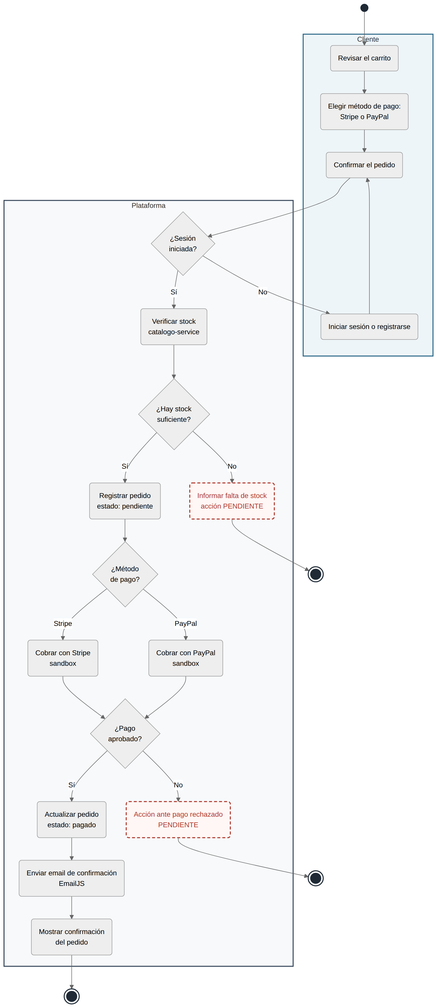
The Mermaid diagram docs/diagramas/diagrama7_actividades/actividades_checkout.png in anderson-0112/proyecto-ecommerce, before a commit. Its source is kept beside it as docs/diagramas/diagrama7_actividades/actividades_checkout.mmd.
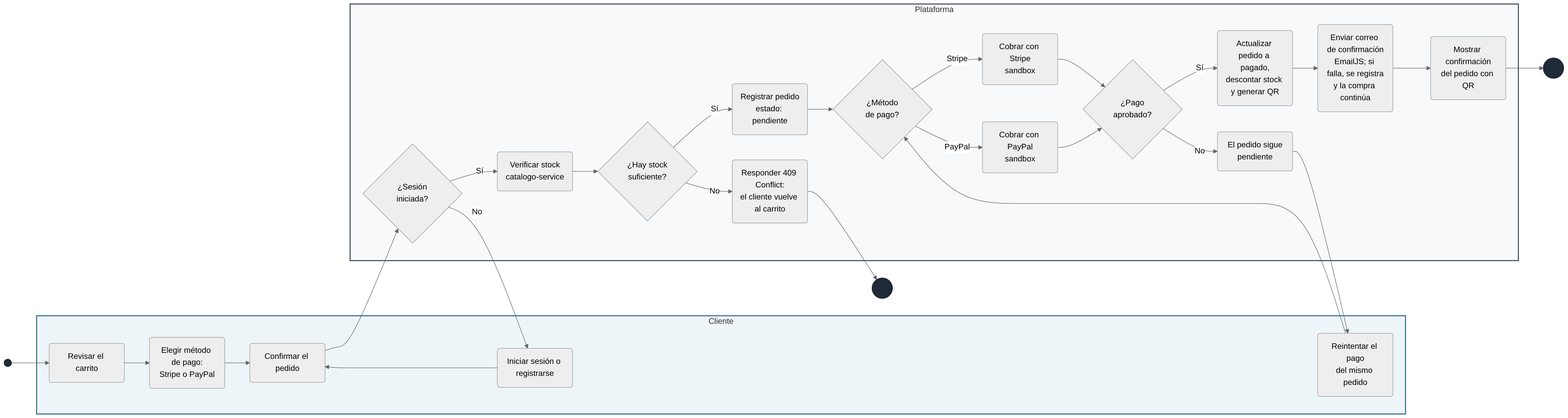
After the commit.

Change to the diagram source:
```diff
@@ -1,4 +1,4 @@
-flowchart TD
+flowchart LR
     I(( )):::inicio --> A1
 
     subgraph CL[Cliente]
@@ -6,22 +6,23 @@
         A2(Elegir método de pago:<br/>Stripe o PayPal)
         A3(Confirmar el pedido)
         A4(Iniciar sesión o registrarse)
+        A5(Reintentar el pago<br/>del mismo pedido)
     end
 
     subgraph PL[Plataforma]
         D1{¿Sesión<br/>iniciada?}
         P1(Verificar stock<br/>catalogo-service)
         D2{¿Hay stock<br/>suficiente?}
-        P2(Informar falta de stock<br/>acción PENDIENTE):::pend
+        P2(Responder 409 Conflict:<br/>el cliente vuelve al carrito)
         P3(Registrar pedido<br/>estado: pendiente)
         D3{¿Método<br/>de pago?}
         P4(Cobrar con Stripe<br/>sandbox)
         P5(Cobrar con PayPal<br/>sandbox)
         D4{¿Pago<br/>aprobado?}
-        P6(Acción ante pago rechazado<br/>PENDIENTE):::pend
-        P7(Actualizar pedido<br/>estado: pagado)
-        P8(Enviar email de confirmación<br/>EmailJS)
-        P9(Mostrar confirmación<br/>del pedido)
+        P6(El pedido sigue<br/>pendiente)
+        P7(Actualizar pedido a pagado,<br/>descontar stock y generar QR)
+        P8(Enviar correo de confirmación<br/>EmailJS; si falla, se registra<br/>y la compra continúa)
+        P9(Mostrar confirmación<br/>del pedido con QR)
     end
 
     A1 --> A2 --> A3 --> D1
@@ -31,11 +32,10 @@
     D2 -- Sí --> P3 --> D3
     D3 -- Stripe --> P4 --> D4
     D3 -- PayPal --> P5 --> D4
-    D4 -- No --> P6 --> F2(((" "))):::fin
+    D4 -- No --> P6 --> A5 --> D3
     D4 -- Sí --> P7 --> P8 --> P9 --> F3(((" "))):::fin
 
     classDef inicio fill:#1f2a36,stroke:#1f2a36,color:#fff
     classDef fin fill:#1f2a36,stroke:#1f2a36,stroke-width:2px,color:#fff
-    classDef pend stroke-dasharray:6 4,stroke:#b03a2e,stroke-width:2px,fill:#fff7f5,color:#b03a2e
     style CL fill:#eef5f9,stroke:#2f6b8a,stroke-width:2px
     style PL fill:#f7f9fb,stroke:#3a4a5c,stroke-width:2px
```
